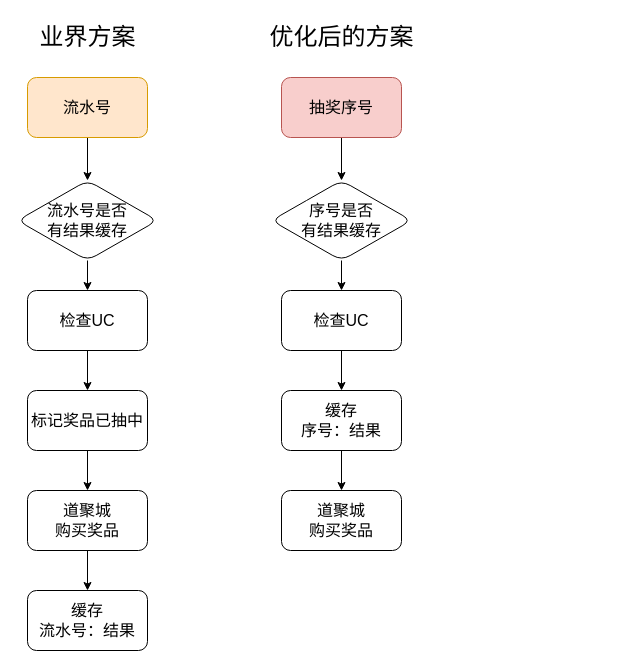
Above: 抽奖方案优化.drawio in dingdu/7days-golang (draw.io), before the change. Source tidied: cells renumbered, new cells numbered last; positions are measured from the earlier drawing's top-left corner, leaving out a move shared by most shapes. Both pictures are drawn from the tidied source at 100%, with x=0, y=0 at pixel (17, 17).
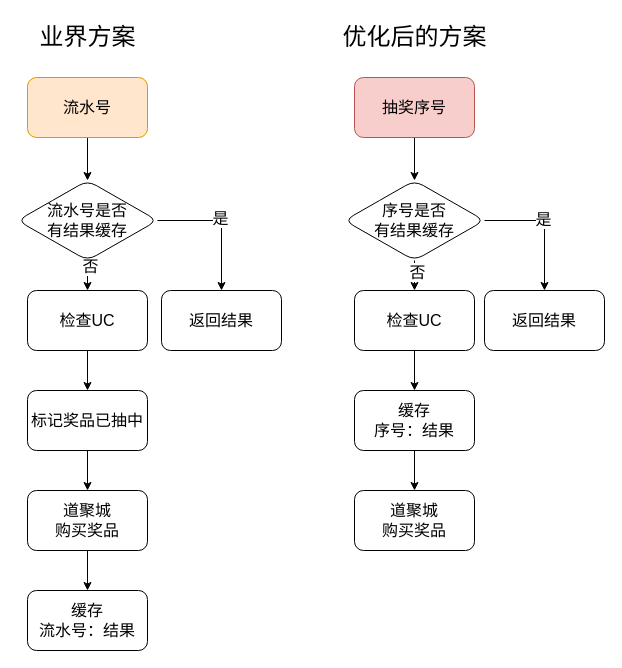
Above is the later version.

Commit message:
更新抽奖方案优化.drawio

The change refers to these unchanged cells:
```xml
<mxCell id="12" style="edgeStyle=orthogonalEdgeStyle;rounded=0;jettySize=auto;html=1;fontSize=16;" parent="1" edge="1" source="13" target="5">
  <mxGeometry relative="1" as="geometry" />
</mxCell>
<mxCell id="13" value="流水号是否&lt;br&gt;有结果缓存" style="rhombus;whiteSpace=wrap;html=1;rounded=1;fontSize=16;" parent="1" vertex="1">
  <mxGeometry y="163" width="140" height="80" as="geometry" />
</mxCell>
<mxCell id="22" style="edgeStyle=orthogonalEdgeStyle;rounded=0;jettySize=auto;html=1;fontSize=16;" parent="1" edge="1" source="23" target="18">
  <mxGeometry relative="1" as="geometry" />
</mxCell>
```

What changed in the source:
```diff
@@
+    <mxCell id="24" value="否" style="edgeLabel;html=1;align=center;verticalAlign=middle;fontSize=16;" parent="12" vertex="1">
+      <mxGeometry x="-0.82" y="2" relative="1" as="geometry" />
+    </mxCell>
+    <mxCell id="25" style="edgeStyle=orthogonalEdgeStyle;rounded=0;jettySize=auto;html=1;fontSize=16;" parent="1" edge="1" source="13" target="30">
+      <mxGeometry relative="1" as="geometry" />
+    </mxCell>
+    <mxCell id="26" value="是" style="edgeLabel;html=1;align=center;verticalAlign=middle;fontSize=16;" parent="25" vertex="1">
+      <mxGeometry x="-0.07" y="4" relative="1" as="geometry">
+        <mxPoint y="1" as="offset" />
+      </mxGeometry>
+    </mxCell>
@@
     <mxCell id="14" value="&lt;span style=&quot;font-size: 24px;&quot;&gt;优化后的方案&lt;/span&gt;" style="text;html=1;align=center;verticalAlign=middle;strokeColor=none;fillColor=none;fontSize=18;" parent="1" vertex="1">
-      <mxGeometry x="239" width="170" height="40" as="geometry" />
+      <mxGeometry x="312" width="170" height="40" as="geometry" />
     </mxCell>
@@
     <mxCell id="16" value="&lt;font size=&quot;3&quot;&gt;抽奖序号&lt;/font&gt;" style="rounded=1;whiteSpace=wrap;html=1;fillColor=#f8cecc;strokeColor=#b85450;" parent="1" vertex="1">
-      <mxGeometry x="264" y="60" width="120" height="60" as="geometry" />
+      <mxGeometry x="337" y="60" width="120" height="60" as="geometry" />
     </mxCell>
@@
     <mxCell id="18" value="&lt;font size=&quot;3&quot;&gt;检查UC&lt;/font&gt;" style="rounded=1;whiteSpace=wrap;html=1;" parent="1" vertex="1">
-      <mxGeometry x="264" y="273" width="120" height="60" as="geometry" />
+      <mxGeometry x="337" y="273" width="120" height="60" as="geometry" />
     </mxCell>
@@
     <mxCell id="20" value="&lt;div style=&quot;border-color: var(--border-color);&quot;&gt;&lt;font style=&quot;border-color: var(--border-color); font-size: 16px;&quot;&gt;缓存&lt;/font&gt;&lt;/div&gt;&lt;div style=&quot;border-color: var(--border-color);&quot;&gt;&lt;font style=&quot;border-color: var(--border-color);&quot; size=&quot;3&quot;&gt;序号：结果&lt;/font&gt;&lt;/div&gt;" style="rounded=1;whiteSpace=wrap;html=1;" parent="1" vertex="1">
-      <mxGeometry x="264" y="373" width="120" height="60" as="geometry" />
+      <mxGeometry x="337" y="373" width="120" height="60" as="geometry" />
     </mxCell>
     <mxCell id="21" value="&lt;font size=&quot;3&quot;&gt;道聚城&lt;br&gt;购买奖品&lt;/font&gt;" style="rounded=1;whiteSpace=wrap;html=1;" parent="1" vertex="1">
-      <mxGeometry x="264" y="473" width="120" height="60" as="geometry" />
+      <mxGeometry x="337" y="473" width="120" height="60" as="geometry" />
     </mxCell>
@@
+    <mxCell id="27" value="否" style="edgeLabel;html=1;align=center;verticalAlign=middle;fontSize=16;" parent="22" vertex="1">
+      <mxGeometry x="0.22" y="2" relative="1" as="geometry" />
+    </mxCell>
+    <mxCell id="28" style="edgeStyle=orthogonalEdgeStyle;rounded=0;jettySize=auto;html=1;entryX=0.5;entryY=0;entryDx=0;entryDy=0;fontSize=16;" parent="1" edge="1" source="23" target="31">
+      <mxGeometry relative="1" as="geometry">
+        <Array as="points">
+          <mxPoint x="527" y="203" />
+        </Array>
+      </mxGeometry>
+    </mxCell>
+    <mxCell id="29" value="是" style="edgeLabel;html=1;align=center;verticalAlign=middle;fontSize=16;" parent="28" vertex="1">
+      <mxGeometry x="-0.11" y="3" relative="1" as="geometry">
+        <mxPoint y="1" as="offset" />
+      </mxGeometry>
+    </mxCell>
     <mxCell id="23" value="序号是否&lt;br&gt;有结果缓存" style="rhombus;whiteSpace=wrap;html=1;rounded=1;fontSize=16;" parent="1" vertex="1">
-      <mxGeometry x="254" y="163" width="140" height="80" as="geometry" />
+      <mxGeometry x="327" y="163" width="140" height="80" as="geometry" />
     </mxCell>
+    <mxCell id="30" value="&lt;font size=&quot;3&quot;&gt;返回结果&lt;/font&gt;" style="rounded=1;whiteSpace=wrap;html=1;" parent="1" vertex="1">
+      <mxGeometry x="144" y="273" width="120" height="60" as="geometry" />
+    </mxCell>
+    <mxCell id="31" value="&lt;font size=&quot;3&quot;&gt;返回结果&lt;/font&gt;" style="rounded=1;whiteSpace=wrap;html=1;" parent="1" vertex="1">
+      <mxGeometry x="467" y="273" width="120" height="60" as="geometry" />
+    </mxCell>
```
